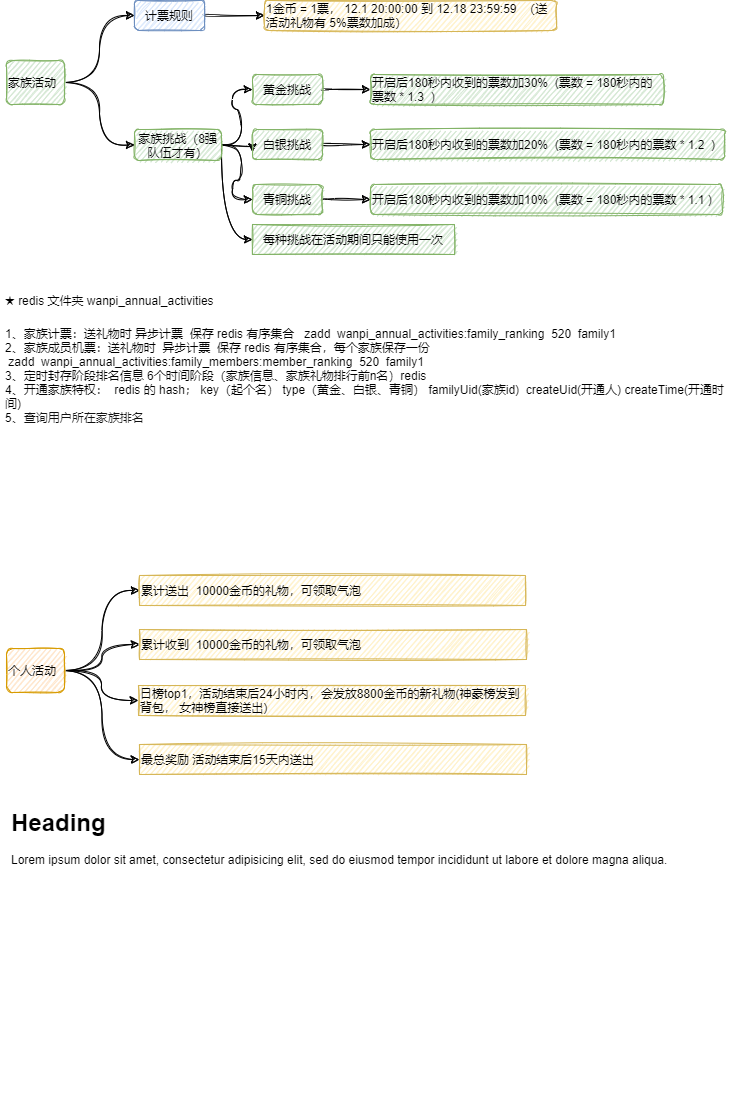
Earlier version of the draw.io export 顽皮-年度活动.png (171437912/drawfiles). Source tidied: cells renumbered, new cells last; positions are measured from the earlier drawing's top-left corner, leaving out a move shared by most shapes.
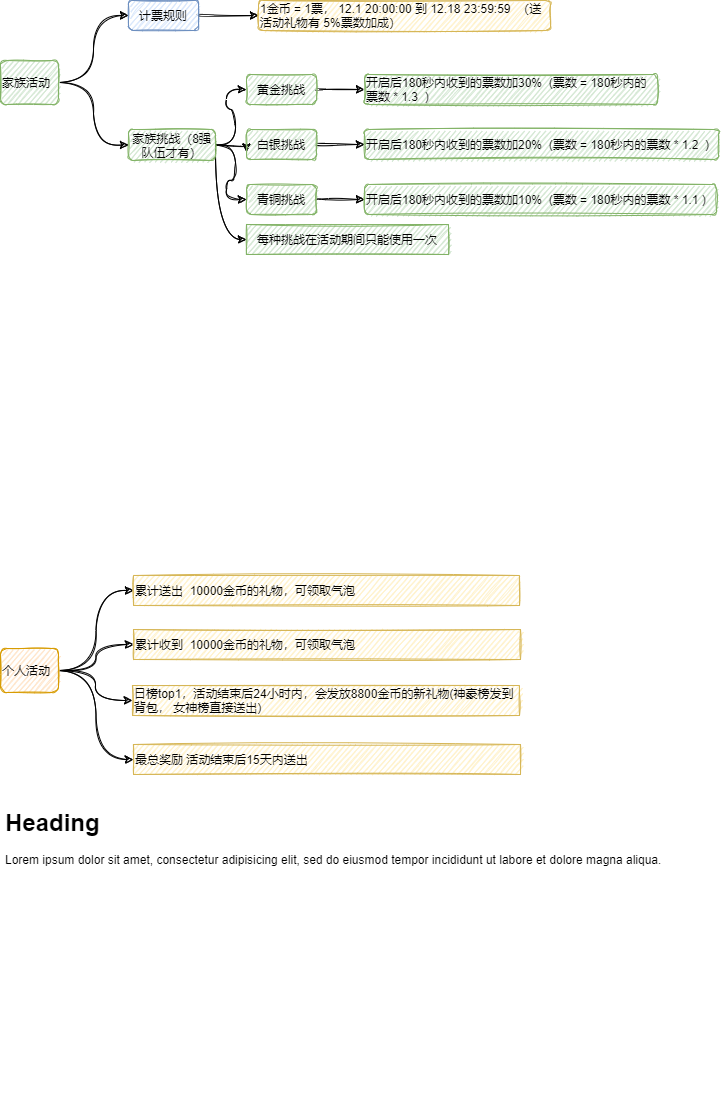
After the commit.

Commit message:
更新顽皮-年度活动.png

The edit, as a diff of the source:
```diff
@@ -96,9 +96,6 @@
     <mxCell id="31" value="最总奖励 活动结束后15天内送出" style="text;html=1;strokeColor=#d6b656;fillColor=#fff2cc;align=left;verticalAlign=middle;whiteSpace=wrap;rounded=0;sketch=1;" parent="1" vertex="1">
       <mxGeometry x="139" y="744" width="387" height="30" as="geometry" />
     </mxCell>
-    <mxCell id="32" value="&lt;h1&gt;&lt;span style=&quot;font-weight: normal&quot;&gt;&lt;font style=&quot;font-size: 12px&quot;&gt;★ redis 文件夹 wanpi_annual_activities&lt;/font&gt;&lt;/span&gt;&lt;/h1&gt;&lt;div&gt;1、家族计票：送礼物时 异步计票&amp;nbsp; 保存 redis 有序集合&amp;nbsp; &amp;nbsp;zadd&amp;nbsp;&amp;nbsp;&lt;span&gt;wanpi_annual_activities:&lt;/span&gt;&lt;span&gt;f&lt;/span&gt;&lt;span&gt;amily_ranking&amp;nbsp; 520&amp;nbsp; family1&lt;/span&gt;&lt;/div&gt;&lt;div&gt;2、家族成员机票：送礼物时&amp;nbsp; 异步计票&amp;nbsp; 保存 redis 有序集合，每个家族保存一份&amp;nbsp;&lt;/div&gt;&lt;span&gt;&#9;&lt;/span&gt;&amp;nbsp;zadd&amp;nbsp;&amp;nbsp;&lt;span&gt;wanpi_annual_activities:f&lt;/span&gt;&lt;span&gt;amily_members&lt;/span&gt;&lt;span&gt;:member&lt;/span&gt;&lt;span&gt;_ranking&amp;nbsp; 520&amp;nbsp; family1&lt;/span&gt;&lt;div&gt;3、定时封存阶段排名信息 6个时间阶段（家族信息、家族礼物排行前n名）redis&lt;/div&gt;4、开通&lt;span&gt;家族特权：&amp;nbsp; redis 的 hash； key（起个名） type（黄金、白银、青铜） familyUid(家族id)&amp;nbsp; createUid(开通人) createTime(开通时间)&lt;/span&gt;&lt;br&gt;&lt;div&gt;5、&lt;span style=&quot;color: rgb(16 , 16 , 16) ; font-family: , &amp;#34;sf ui text&amp;#34; , &amp;#34;helvetica neue&amp;#34; , &amp;#34;arial&amp;#34; , &amp;#34;pingfang sc&amp;#34; , &amp;#34;hiragino sans gb&amp;#34; , &amp;#34;microsoft yahei&amp;#34; , &amp;#34;wenquanyi zen hei&amp;#34; , sans-serif&quot;&gt;查询用户所在家族排名&lt;/span&gt;&lt;/div&gt;&lt;div&gt;&lt;span style=&quot;color: rgb(16 , 16 , 16) ; font-family: , &amp;#34;sf ui text&amp;#34; , &amp;#34;helvetica neue&amp;#34; , &amp;#34;arial&amp;#34; , &amp;#34;pingfang sc&amp;#34; , &amp;#34;hiragino sans gb&amp;#34; , &amp;#34;microsoft yahei&amp;#34; , &amp;#34;wenquanyi zen hei&amp;#34; , sans-serif&quot;&gt;&lt;br&gt;&lt;/span&gt;&lt;/div&gt;" style="text;html=1;strokeColor=none;fillColor=none;spacing=5;spacingTop=-20;whiteSpace=wrap;overflow=hidden;rounded=0;sketch=1;align=left;" parent="1" vertex="1">
-      <mxGeometry y="277" width="742" height="262" as="geometry" />
-    </mxCell>
     <mxCell id="33" value="&lt;h1&gt;Heading&lt;/h1&gt;&lt;p&gt;Lorem ipsum dolor sit amet, consectetur adipisicing elit, sed do eiusmod tempor incididunt ut labore et dolore magna aliqua.&lt;/p&gt;" style="text;html=1;strokeColor=none;fillColor=none;spacing=5;spacingTop=-20;whiteSpace=wrap;overflow=hidden;rounded=0;sketch=1;align=left;" parent="1" vertex="1">
       <mxGeometry x="6" y="803" width="725" height="295" as="geometry" />
     </mxCell>
```
